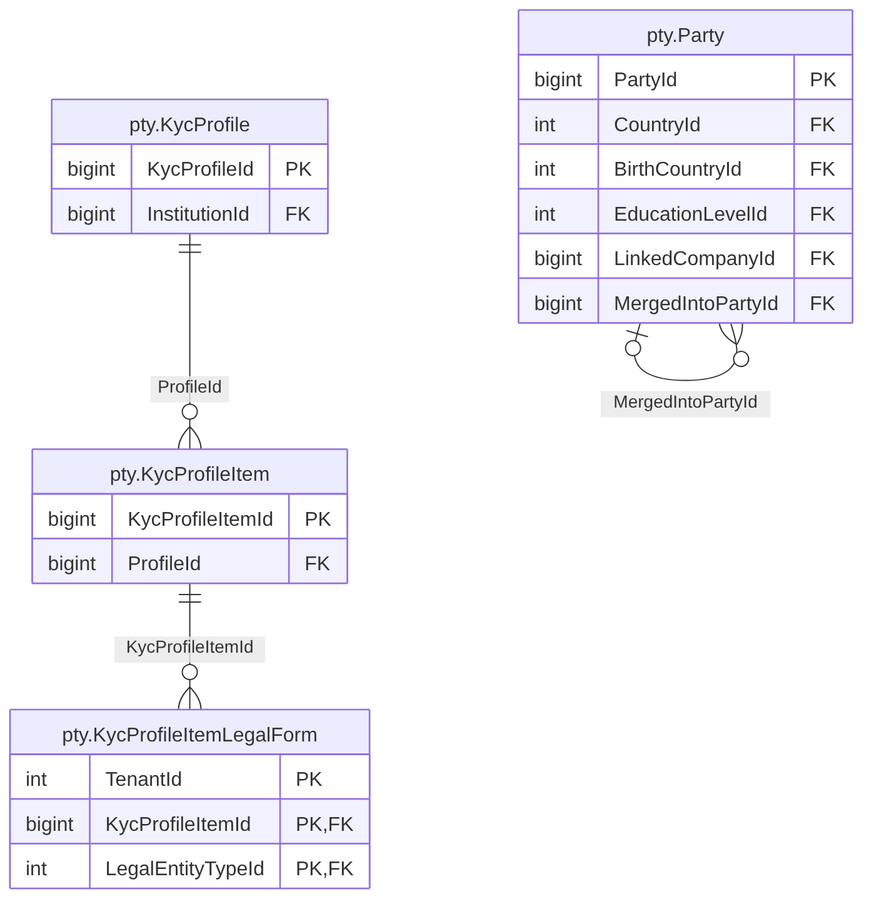
thawrasy/smartlines keeps this Mermaid diagram as treasury-platform/docs/diagrams/erd/m1_party_2.png. Above is the earlier version. Its source is kept beside it as treasury-platform/docs/diagrams/erd/m1_party_2.mmd.
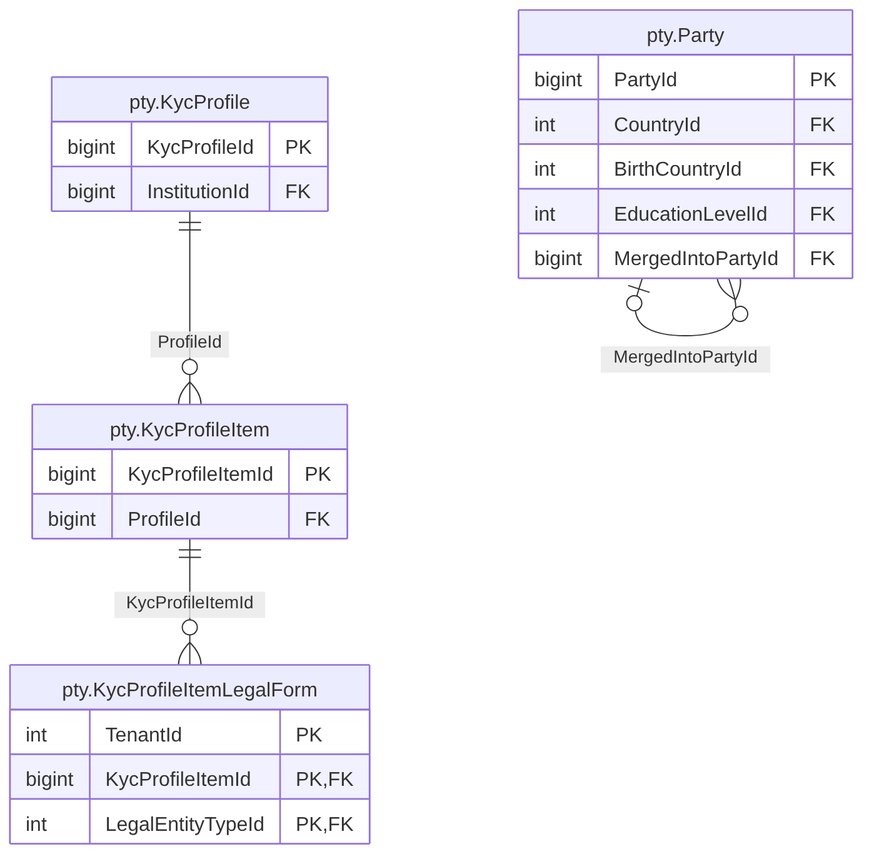
Above is the later version.

The edit, as a diff of the source:
```diff
@@ -17,7 +17,6 @@
     int CountryId FK
     int BirthCountryId FK
     int EducationLevelId FK
-    bigint LinkedCompanyId FK
     bigint MergedIntoPartyId FK
   }
   pty_KycProfile ||--o{ pty_KycProfileItem : "ProfileId"
```
